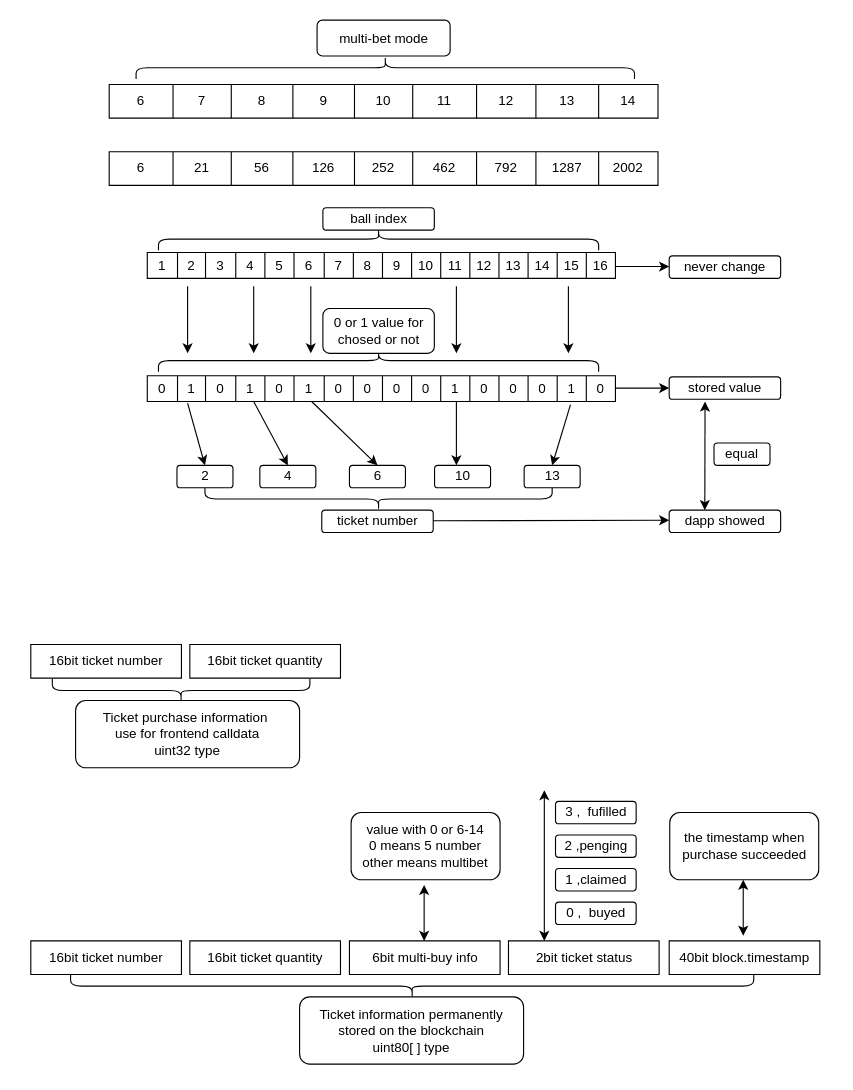
boboskii/backend keeps this draw.io diagram as src/doc/ticket.drawio. Above is the earlier version. Source tidied: cells renumbered, new cells numbered last; positions are measured from the earlier drawing's top-left corner, leaving out a move shared by most shapes. Both pictures are drawn from the tidied source at 112%, with x=0, y=0 at pixel (30, -183).
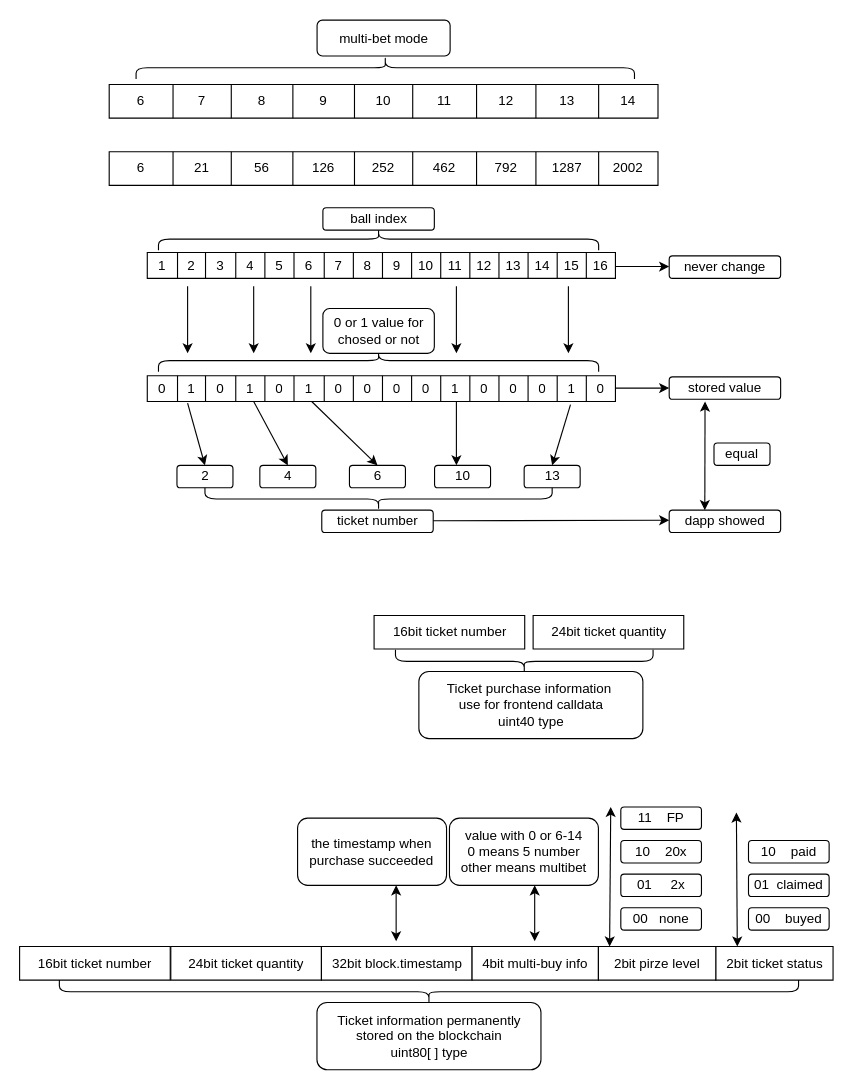
The same page after the edit.

The change refers to these unchanged cells:
```xml
<mxCell id="81" style="shape=tableRow;horizontal=0;startSize=0;swimlaneHead=0;swimlaneBody=0;top=0;left=0;bottom=0;right=0;fillColor=none;" parent="80" vertex="1">
  <mxGeometry width="134.5" height="30" as="geometry" />
</mxCell>
<mxCell id="87" style="shape=tableRow;horizontal=0;startSize=0;swimlaneHead=0;swimlaneBody=0;top=0;left=0;bottom=0;right=0;fillColor=none;" parent="86" vertex="1">
  <mxGeometry width="134.5" height="30" as="geometry" />
</mxCell>
<mxCell id="90" style="shape=tableRow;horizontal=0;startSize=0;swimlaneHead=0;swimlaneBody=0;top=0;left=0;bottom=0;right=0;fillColor=none;" parent="89" vertex="1">
  <mxGeometry width="134.5" height="30" as="geometry" />
</mxCell>
```

What changed in the source:
```diff
@@
     <mxCell id="77" style="shape=table;startSize=0;childLayout=tableLayout;" parent="1" vertex="1">
-      <mxGeometry y="738" width="134.5" height="30" as="geometry" />
+      <mxGeometry x="306.5" y="712" width="134.5" height="30" as="geometry" />
     </mxCell>
@@
     <mxCell id="80" style="shape=table;startSize=0;childLayout=tableLayout;" parent="1" vertex="1">
-      <mxGeometry x="142" y="738" width="134.5" height="30" as="geometry" />
+      <mxGeometry x="448.5" y="712" width="134.5" height="30" as="geometry" />
     </mxCell>
@@
-    <mxCell id="82" value="16bit ticket quantity" style="shape=partialRectangle;html=1;whiteSpace=wrap;overflow=hidden;fillColor=none;top=0;left=0;bottom=0;right=0;" parent="81" vertex="1">
+    <mxCell id="82" value="24bit ticket quantity" style="shape=partialRectangle;html=1;whiteSpace=wrap;overflow=hidden;fillColor=none;top=0;left=0;bottom=0;right=0;" parent="81" vertex="1">
       <mxGeometry width="135" height="30" as="geometry" />
     </mxCell>
     <mxCell id="83" style="shape=table;startSize=0;childLayout=tableLayout;" parent="1" vertex="1">
-      <mxGeometry y="1002.6" width="134.5" height="30" as="geometry" />
+      <mxGeometry x="-10" y="1007.6" width="134.5" height="30" as="geometry" />
     </mxCell>
@@
     <mxCell id="86" style="shape=table;startSize=0;childLayout=tableLayout;" parent="1" vertex="1">
-      <mxGeometry x="142" y="1002.6" width="134.5" height="30" as="geometry" />
+      <mxGeometry x="125" y="1007.6" width="134.5" height="30" as="geometry" />
     </mxCell>
@@
-    <mxCell id="88" value="16bit ticket quantity" style="shape=partialRectangle;html=1;whiteSpace=wrap;overflow=hidden;fillColor=none;top=0;left=0;bottom=0;right=0;" parent="87" vertex="1">
+    <mxCell id="88" value="24bit ticket quantity" style="shape=partialRectangle;html=1;whiteSpace=wrap;overflow=hidden;fillColor=none;top=0;left=0;bottom=0;right=0;" parent="87" vertex="1">
       <mxGeometry width="135" height="30" as="geometry" />
     </mxCell>
     <mxCell id="89" style="shape=table;startSize=0;childLayout=tableLayout;" parent="1" vertex="1">
-      <mxGeometry x="570" y="1002.6" width="134.5" height="30" as="geometry" />
+      <mxGeometry x="259.5" y="1007.6" width="134.5" height="30" as="geometry" />
     </mxCell>
@@
-    <mxCell id="91" value="40bit block.timestamp" style="shape=partialRectangle;html=1;whiteSpace=wrap;overflow=hidden;fillColor=none;top=0;left=0;bottom=0;right=0;" parent="90" vertex="1">
+    <mxCell id="91" value="32bit block.timestamp" style="shape=partialRectangle;html=1;whiteSpace=wrap;overflow=hidden;fillColor=none;top=0;left=0;bottom=0;right=0;" parent="90" vertex="1">
       <mxGeometry width="135" height="30" as="geometry" />
     </mxCell>
     <mxCell id="92" style="shape=table;startSize=0;childLayout=tableLayout;" parent="1" vertex="1">
-      <mxGeometry x="284.5" y="1002.6" width="134.5" height="30" as="geometry" />
+      <mxGeometry x="394" y="1007.6" width="112.8" height="30" as="geometry" />
     </mxCell>
     <mxCell id="93" style="shape=tableRow;horizontal=0;startSize=0;swimlaneHead=0;swimlaneBody=0;top=0;left=0;bottom=0;right=0;fillColor=none;" parent="92" vertex="1">
-      <mxGeometry width="134.5" height="30" as="geometry" />
+      <mxGeometry width="112.8" height="30" as="geometry" />
     </mxCell>
-    <mxCell id="94" value="6bit multi-buy info" style="shape=partialRectangle;html=1;whiteSpace=wrap;overflow=hidden;fillColor=none;top=0;left=0;bottom=0;right=0;" parent="93" vertex="1">
-      <mxGeometry width="135" height="30" as="geometry" />
+    <mxCell id="94" value="4bit multi-buy info" style="shape=partialRectangle;html=1;whiteSpace=wrap;overflow=hidden;fillColor=none;top=0;left=0;bottom=0;right=0;" parent="93" vertex="1">
+      <mxGeometry width="113" height="30" as="geometry" />
     </mxCell>
     <mxCell id="95" style="shape=table;startSize=0;childLayout=tableLayout;" parent="1" vertex="1">
-      <mxGeometry x="426.5" y="1002.6" width="134.5" height="30" as="geometry" />
+      <mxGeometry x="611.5" y="1007.6" width="104.8" height="30" as="geometry" />
     </mxCell>
     <mxCell id="96" style="shape=tableRow;horizontal=0;startSize=0;swimlaneHead=0;swimlaneBody=0;top=0;left=0;bottom=0;right=0;fillColor=none;" parent="95" vertex="1">
-      <mxGeometry width="134.5" height="30" as="geometry" />
+      <mxGeometry width="104.8" height="30" as="geometry" />
     </mxCell>
     <mxCell id="97" value="2bit ticket status" style="shape=partialRectangle;html=1;whiteSpace=wrap;overflow=hidden;fillColor=none;top=0;left=0;bottom=0;right=0;" parent="96" vertex="1">
-      <mxGeometry width="135" height="30" as="geometry" />
+      <mxGeometry width="105" height="30" as="geometry" />
     </mxCell>
     <mxCell id="98" style="shape=curlyBracket;whiteSpace=wrap;html=1;rounded=1;labelPosition=left;verticalLabelPosition=middle;align=right;verticalAlign=middle;rotation=-90;" parent="1" vertex="1">
-      <mxGeometry x="330.1" y="738" width="20.8" height="610" as="geometry" />
+      <mxGeometry x="345.1" y="718" width="20.8" height="660" as="geometry" />
     </mxCell>
     <mxCell id="99" value="Ticket information permanently stored on the blockchain&lt;br&gt;uint80[ ] type" style="rounded=1;whiteSpace=wrap;html=1;" parent="1" vertex="1">
-      <mxGeometry x="240" y="1052.6" width="200" height="60" as="geometry" />
+      <mxGeometry x="255.5" y="1057.6" width="200" height="60" as="geometry" />
     </mxCell>
@@
     <mxCell id="102" style="shape=curlyBracket;whiteSpace=wrap;html=1;rounded=1;labelPosition=left;verticalLabelPosition=middle;align=right;verticalAlign=middle;rotation=-90;size=0.5;" parent="1" vertex="1">
-      <mxGeometry x="123.8" y="664" width="20.8" height="230" as="geometry" />
+      <mxGeometry x="430.2" y="638" width="20.8" height="230" as="geometry" />
     </mxCell>
-    <mxCell id="103" value="Ticket purchase information&amp;nbsp;&lt;br&gt;use for frontend calldata&lt;br&gt;uint32 type" style="rounded=1;whiteSpace=wrap;html=1;" parent="1" vertex="1">
-      <mxGeometry x="40" y="788" width="200" height="60" as="geometry" />
+    <mxCell id="103" value="Ticket purchase information&amp;nbsp;&lt;br&gt;use for frontend calldata&lt;br&gt;uint40 type" style="rounded=1;whiteSpace=wrap;html=1;" parent="1" vertex="1">
+      <mxGeometry x="346.5" y="762" width="200" height="60" as="geometry" />
     </mxCell>
     <mxCell id="104" value="value with 0 or 6-14&lt;br&gt;0 means 5 number&lt;br&gt;other means multibet" style="rounded=1;whiteSpace=wrap;html=1;" parent="1" vertex="1">
-      <mxGeometry x="286" y="888" width="133" height="60" as="geometry" />
+      <mxGeometry x="373.8" y="893" width="133" height="60" as="geometry" />
     </mxCell>
     <mxCell id="105" style="endArrow=classic;startArrow=classic;html=1;" parent="1" edge="1">
       <mxGeometry relative="1" as="geometry">
-        <mxPoint x="351.2" y="1002.6" as="sourcePoint" />
-        <mxPoint x="351.2" y="952.6" as="targetPoint" />
+        <mxPoint x="449.9" y="1003" as="sourcePoint" />
+        <mxPoint x="449.9" y="953" as="targetPoint" />
       </mxGeometry>
     </mxCell>
     <mxCell id="106" style="endArrow=classic;startArrow=classic;html=1;" parent="1" edge="1">
       <mxGeometry relative="1" as="geometry">
-        <mxPoint x="458.5" y="1002.6" as="sourcePoint" />
-        <mxPoint x="458.5" y="868" as="targetPoint" />
+        <mxPoint x="516.8" y="1007.6" as="sourcePoint" />
+        <mxPoint x="517.8" y="883" as="targetPoint" />
       </mxGeometry>
     </mxCell>
-    <mxCell id="107" value="0 ,&amp;nbsp; buyed" style="rounded=1;whiteSpace=wrap;html=1;" parent="1" vertex="1">
-      <mxGeometry x="468.5" y="968" width="72" height="20" as="geometry" />
+    <mxCell id="107" value="00&amp;nbsp; &amp;nbsp;none" style="rounded=1;whiteSpace=wrap;html=1;" parent="1" vertex="1">
+      <mxGeometry x="526.8" y="973" width="72" height="20" as="geometry" />
     </mxCell>
-    <mxCell id="108" value="1 ,claimed" style="rounded=1;whiteSpace=wrap;html=1;" parent="1" vertex="1">
-      <mxGeometry x="468.5" y="938" width="72" height="20" as="geometry" />
+    <mxCell id="108" value="01&amp;nbsp; &amp;nbsp; &amp;nbsp;2x" style="rounded=1;whiteSpace=wrap;html=1;" parent="1" vertex="1">
+      <mxGeometry x="526.8" y="943" width="72" height="20" as="geometry" />
     </mxCell>
-    <mxCell id="109" value="2 ,penging" style="rounded=1;whiteSpace=wrap;html=1;" parent="1" vertex="1">
-      <mxGeometry x="468.5" y="908" width="72" height="20" as="geometry" />
-    </mxCell>
-    <mxCell id="110" value="3 ,&amp;nbsp; fufilled" style="rounded=1;whiteSpace=wrap;html=1;" parent="1" vertex="1">
-      <mxGeometry x="468.5" y="878" width="72" height="20" as="geometry" />
+    <mxCell id="110" value="10&amp;nbsp; &amp;nbsp; 20x" style="rounded=1;whiteSpace=wrap;html=1;" parent="1" vertex="1">
+      <mxGeometry x="526.8" y="913" width="72" height="20" as="geometry" />
     </mxCell>
     <mxCell id="111" value="the timestamp when purchase succeeded" style="rounded=1;whiteSpace=wrap;html=1;" parent="1" vertex="1">
-      <mxGeometry x="570.5" y="888" width="133" height="60" as="geometry" />
+      <mxGeometry x="238.2" y="893" width="133" height="60" as="geometry" />
     </mxCell>
     <mxCell id="112" style="endArrow=classic;startArrow=classic;html=1;" parent="1" edge="1">
       <mxGeometry relative="1" as="geometry">
-        <mxPoint x="636.1" y="998" as="sourcePoint" />
-        <mxPoint x="636.1" y="948" as="targetPoint" />
+        <mxPoint x="326.2" y="1003" as="sourcePoint" />
+        <mxPoint x="326.2" y="953" as="targetPoint" />
       </mxGeometry>
     </mxCell>
@@
+    <mxCell id="125" style="shape=table;startSize=0;childLayout=tableLayout;" parent="1" vertex="1">
+      <mxGeometry x="506.8" y="1007.6" width="104.8" height="30" as="geometry" />
+    </mxCell>
+    <mxCell id="126" style="shape=tableRow;horizontal=0;startSize=0;swimlaneHead=0;swimlaneBody=0;top=0;left=0;bottom=0;right=0;fillColor=none;" parent="125" vertex="1">
+      <mxGeometry width="104.8" height="30" as="geometry" />
+    </mxCell>
+    <mxCell id="127" value="2bit pirze level" style="shape=partialRectangle;html=1;whiteSpace=wrap;overflow=hidden;fillColor=none;top=0;left=0;bottom=0;right=0;" parent="126" vertex="1">
+      <mxGeometry width="105" height="30" as="geometry" />
+    </mxCell>
+    <mxCell id="128" style="endArrow=classic;startArrow=classic;html=1;" parent="1" edge="1">
+      <mxGeometry relative="1" as="geometry">
+        <mxPoint x="630.8" y="1007.6" as="sourcePoint" />
+        <mxPoint x="630" y="888" as="targetPoint" />
+      </mxGeometry>
+    </mxCell>
+    <mxCell id="129" value="00&amp;nbsp; &amp;nbsp; buyed" style="rounded=1;whiteSpace=wrap;html=1;" parent="1" vertex="1">
+      <mxGeometry x="640.8" y="973" width="72" height="20" as="geometry" />
+    </mxCell>
+    <mxCell id="130" value="01&amp;nbsp; claimed" style="rounded=1;whiteSpace=wrap;html=1;" parent="1" vertex="1">
+      <mxGeometry x="640.8" y="943" width="72" height="20" as="geometry" />
+    </mxCell>
+    <mxCell id="131" value="10&amp;nbsp; &amp;nbsp; paid" style="rounded=1;whiteSpace=wrap;html=1;" parent="1" vertex="1">
+      <mxGeometry x="640.8" y="913" width="72" height="20" as="geometry" />
+    </mxCell>
+    <mxCell id="132" value="11&amp;nbsp; &amp;nbsp; FP" style="rounded=1;whiteSpace=wrap;html=1;" parent="1" vertex="1">
+      <mxGeometry x="526.8" y="883" width="72" height="20" as="geometry" />
+    </mxCell>
```
